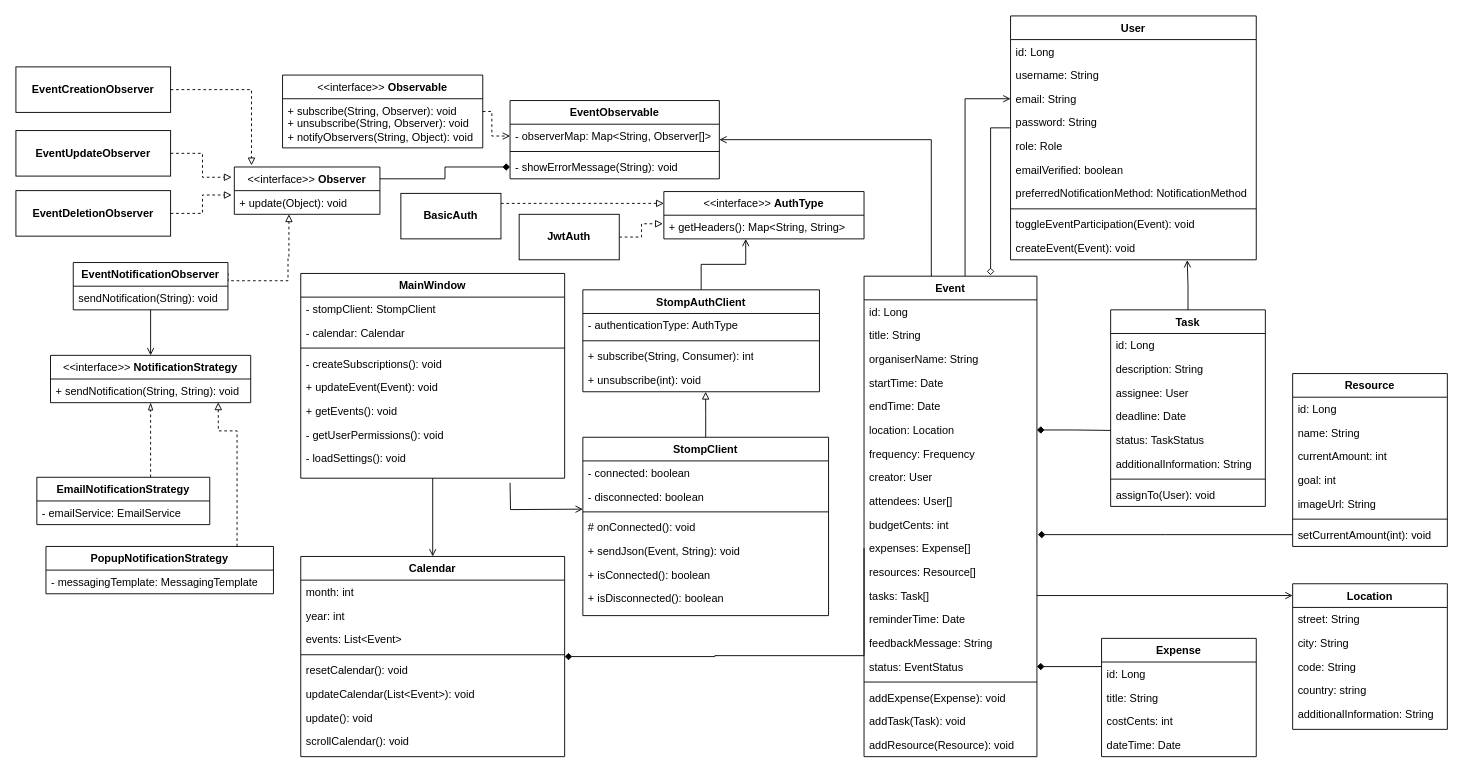
The draw.io diagram ess-classes.drawio in kguzek/event-scheduling-system, before the edit. Source tidied: cells renumbered, new cells numbered last; positions are measured from the earlier drawing's top-left corner, leaving out a move shared by most shapes. Both pictures are drawn from the tidied source at 91%, with x=0, y=0 at pixel (15, 15).
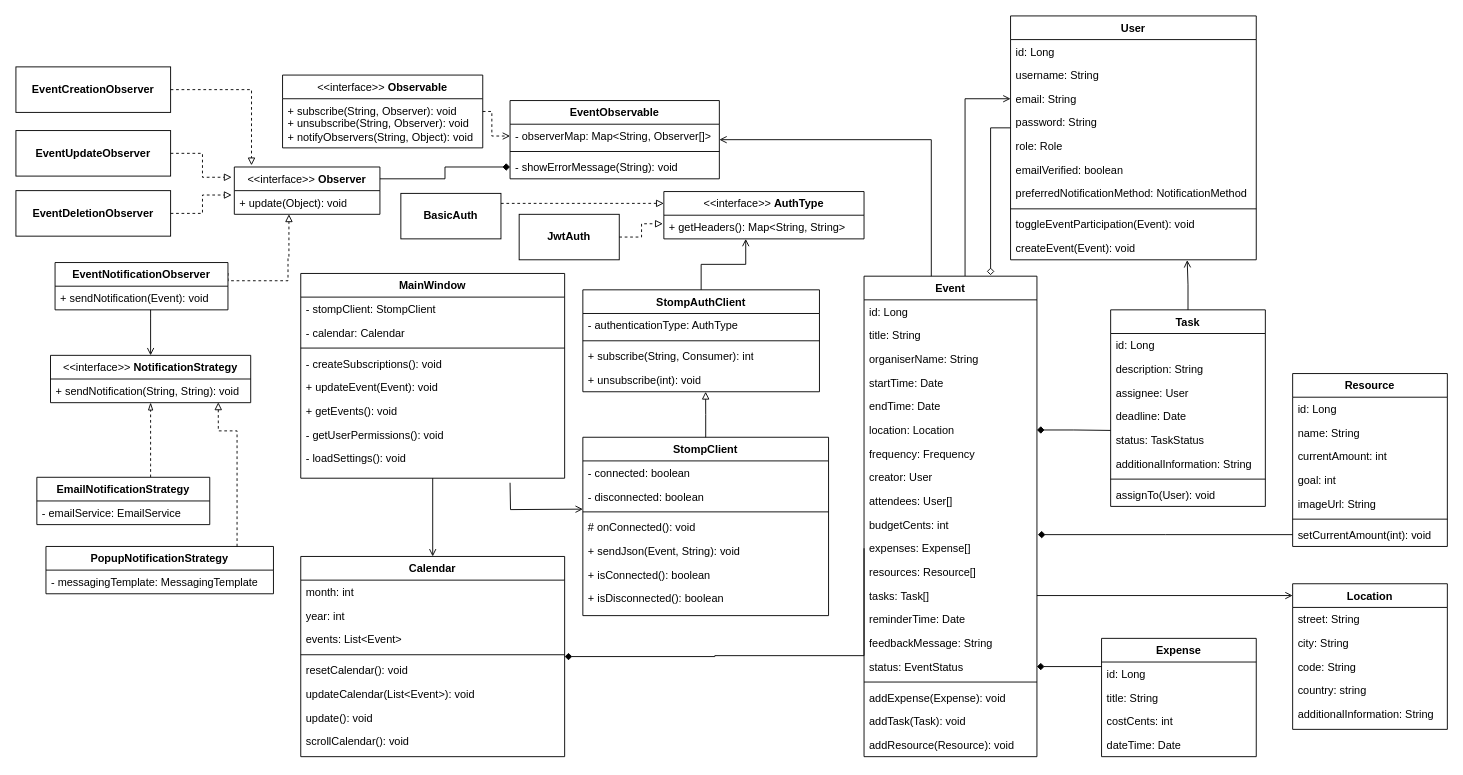
Above is the later version.

Unchanged cells that the change refers to:
```xml
<mxCell id="113" value="&lt;span style=&quot;font-weight: normal;&quot;&gt;&amp;lt;&amp;lt;interface&amp;gt;&amp;gt; &lt;b&gt;NotificationStrategy&lt;/b&gt;&lt;/span&gt;" style="swimlane;fontStyle=1;align=center;verticalAlign=top;horizontal=1;startSize=26;whiteSpace=wrap;html=1;" parent="1" vertex="1">
  <mxGeometry x="38" y="373" width="220" height="52" as="geometry" />
</mxCell>
```

Change to the diagram source:
```diff
@@
     <mxCell id="110" style="edgeStyle=orthogonalEdgeStyle;rounded=0;jettySize=auto;html=1;endArrow=open;endFill=0;" parent="1" edge="1" source="111" target="113">
-      <mxGeometry relative="1" as="geometry" />
+      <mxGeometry relative="1" as="geometry">
+        <Array as="points">
+          <mxPoint x="148" y="333" />
+          <mxPoint x="148" y="333" />
+        </Array>
+      </mxGeometry>
     </mxCell>
     <mxCell id="111" value="EventNotificationObserver" style="swimlane;fontStyle=1;align=center;verticalAlign=top;horizontal=1;startSize=26;whiteSpace=wrap;html=1;" parent="1" vertex="1">
-      <mxGeometry x="63" y="271" width="170" height="52" as="geometry" />
+      <mxGeometry x="43" y="271" width="190" height="52" as="geometry" />
     </mxCell>
-    <mxCell id="112" value="sendNotification(String): void" style="text;strokeColor=none;fillColor=none;align=left;verticalAlign=top;spacingLeft=4;spacingRight=4;overflow=hidden;whiteSpace=wrap;html=1;" parent="111" vertex="1">
-      <mxGeometry y="26" width="170" height="26" as="geometry" />
+    <mxCell id="112" value="+ sendNotification(Event): void" style="text;strokeColor=none;fillColor=none;align=left;verticalAlign=top;spacingLeft=4;spacingRight=4;overflow=hidden;whiteSpace=wrap;html=1;" parent="111" vertex="1">
+      <mxGeometry y="26" width="190" height="26" as="geometry" />
     </mxCell>
```
